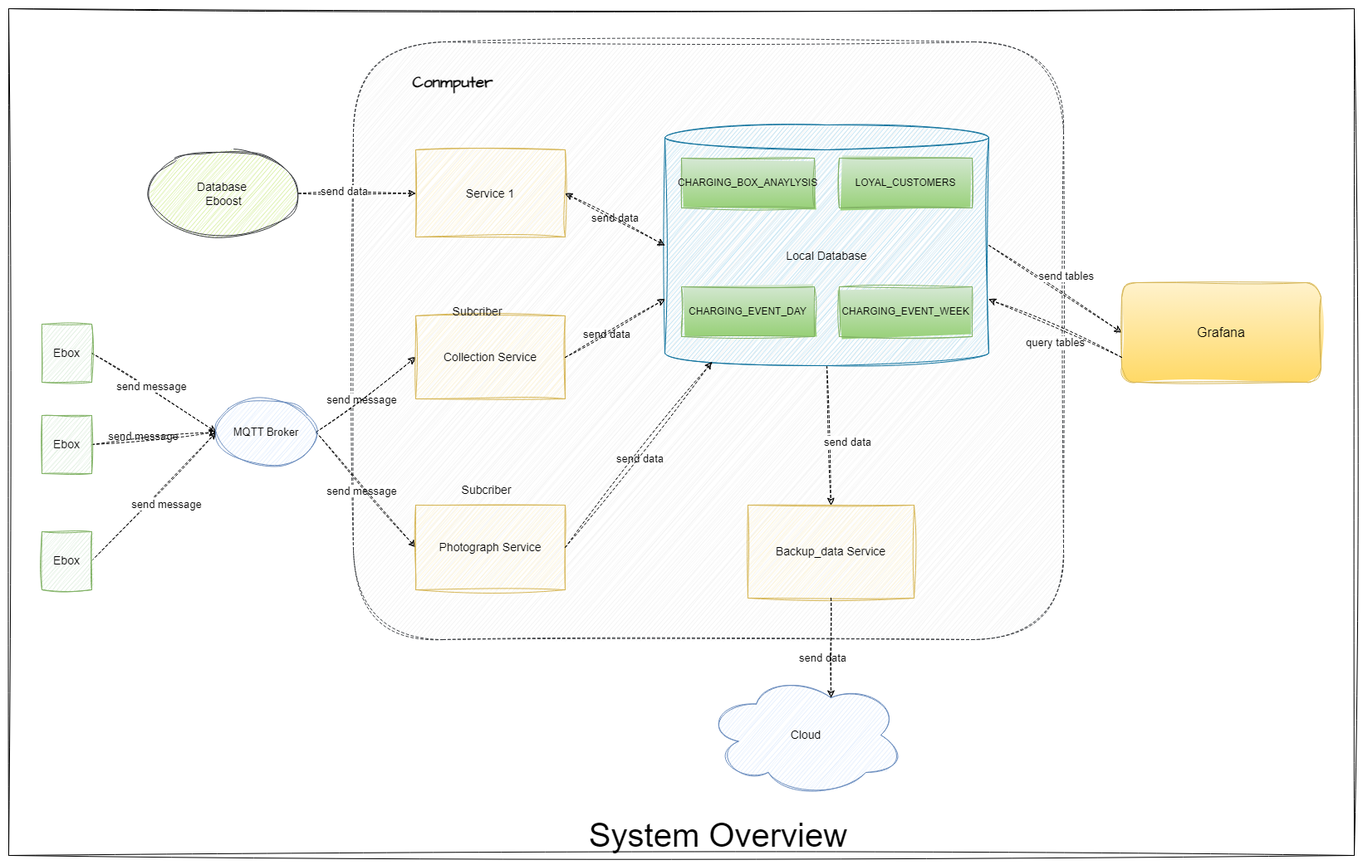
Duke0503/Evida keeps this draw.io diagram as Images/overview.png. Above is the earlier version. Source tidied: cells renumbered, new cells last; positions are measured from the earlier drawing's top-left corner, leaving out a move shared by most shapes.
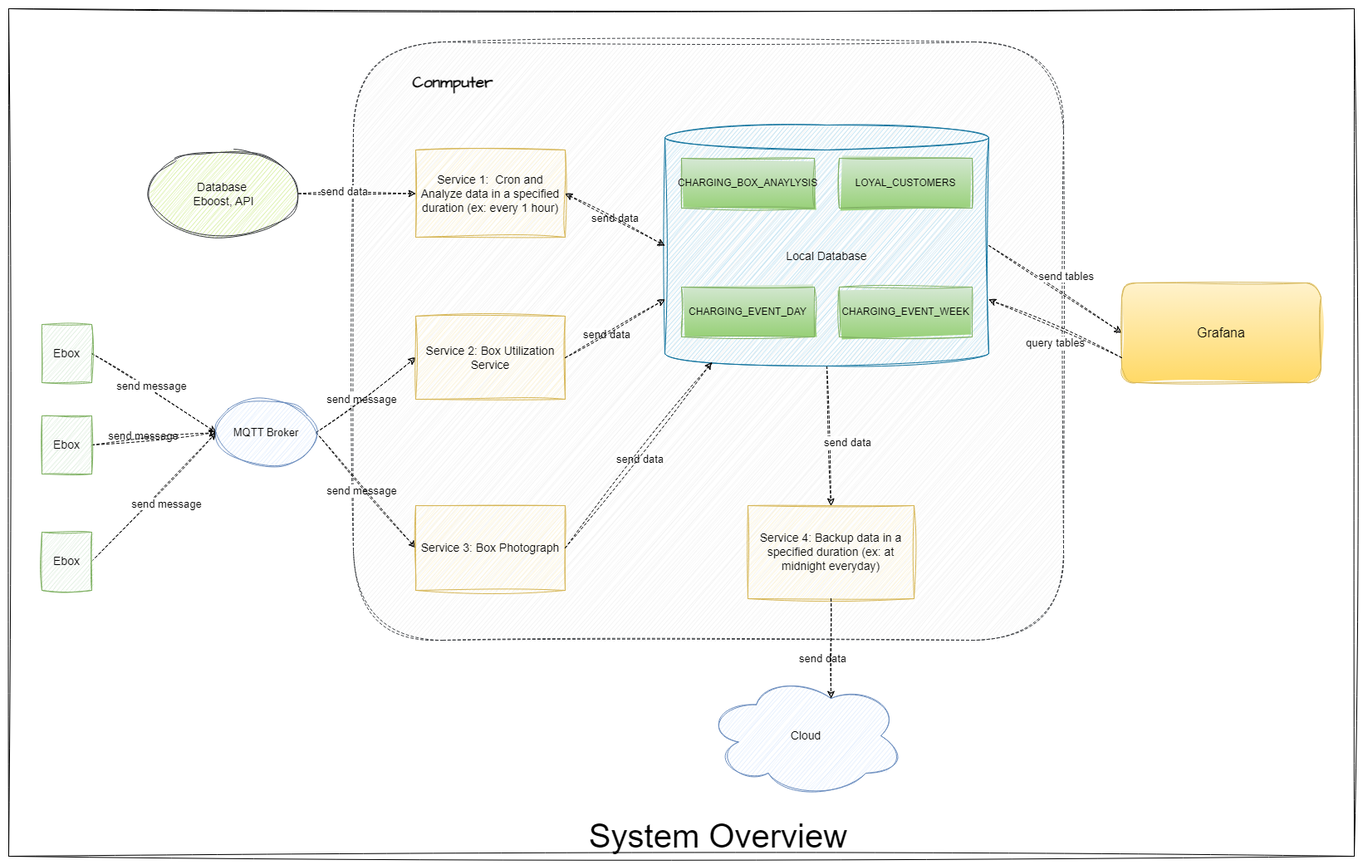
After the commit.

Diff of the diagram source:
```diff
@@ -64,7 +64,7 @@
     <mxCell id="19" value="&lt;font style=&quot;font-size: 14px;&quot;&gt;Local Database&lt;/font&gt;" style="shape=cylinder3;whiteSpace=wrap;html=1;boundedLbl=1;backgroundOutline=1;size=15;fillColor=#b1ddf0;strokeColor=#10739e;sketch=1;curveFitting=1;jiggle=2;" parent="1" vertex="1">
       <mxGeometry x="790" y="140" width="390" height="290" as="geometry" />
     </mxCell>
-    <mxCell id="20" value="&lt;div&gt;&lt;font style=&quot;font-size: 14px;&quot;&gt;Collection Service&lt;/font&gt;&lt;/div&gt;" style="rounded=0;whiteSpace=wrap;html=1;fillColor=#fff2cc;strokeColor=#d6b656;sketch=1;curveFitting=1;jiggle=2;" parent="1" vertex="1">
+    <mxCell id="20" value="&lt;div&gt;&lt;font style=&quot;font-size: 14px;&quot;&gt;Service 2: Box Utilization Service&lt;/font&gt;&lt;/div&gt;" style="rounded=0;whiteSpace=wrap;html=1;fillColor=#fff2cc;strokeColor=#d6b656;sketch=1;curveFitting=1;jiggle=2;" parent="1" vertex="1">
       <mxGeometry x="490" y="370" width="180" height="100" as="geometry" />
     </mxCell>
     <mxCell id="21" style="rounded=0;jettySize=auto;html=1;exitX=1;exitY=0.5;exitDx=0;exitDy=0;entryX=0;entryY=0.5;entryDx=0;entryDy=0;dashed=1;sketch=1;curveFitting=1;jiggle=2;" parent="1" edge="1" source="30" target="31">
@@ -108,16 +108,16 @@
         <mxPoint x="326" y="32" as="offset" />
       </mxGeometry>
     </mxCell>
-    <mxCell id="30" value="&lt;font style=&quot;font-size: 14px;&quot;&gt;Database&amp;nbsp;&lt;/font&gt;&lt;div style=&quot;font-size: 14px;&quot;&gt;&lt;font style=&quot;font-size: 14px;&quot;&gt;Eboost&lt;/font&gt;&lt;/div&gt;" style="ellipse;whiteSpace=wrap;html=1;fillColor=#cdeb8b;strokeColor=#36393d;fontSize=14;sketch=1;curveFitting=1;jiggle=2;" parent="1" vertex="1">
+    <mxCell id="30" value="&lt;font style=&quot;font-size: 14px;&quot;&gt;Database&amp;nbsp;&lt;/font&gt;&lt;div style=&quot;font-size: 14px;&quot;&gt;&lt;font style=&quot;font-size: 14px;&quot;&gt;Eboost, API&lt;/font&gt;&lt;/div&gt;" style="ellipse;whiteSpace=wrap;html=1;fillColor=#cdeb8b;strokeColor=#36393d;fontSize=14;sketch=1;curveFitting=1;jiggle=2;" parent="1" vertex="1">
       <mxGeometry x="169" y="170" width="180" height="105" as="geometry" />
     </mxCell>
-    <mxCell id="31" value="&lt;font style=&quot;font-size: 14px;&quot;&gt;Service 1&lt;/font&gt;" style="rounded=0;whiteSpace=wrap;html=1;fillColor=#fff2cc;strokeColor=#d6b656;sketch=1;curveFitting=1;jiggle=2;" parent="1" vertex="1">
+    <mxCell id="31" value="&lt;font style=&quot;font-size: 14px;&quot;&gt;Service 1:&amp;nbsp; Cron and Analyze data in a specified duration (ex: every 1 hour)&lt;/font&gt;" style="rounded=0;whiteSpace=wrap;html=1;fillColor=#fff2cc;strokeColor=#d6b656;sketch=1;curveFitting=1;jiggle=2;" parent="1" vertex="1">
       <mxGeometry x="490" y="170" width="180" height="105" as="geometry" />
     </mxCell>
-    <mxCell id="32" value="&lt;font style=&quot;font-size: 14px;&quot;&gt;Photograph Service&lt;/font&gt;" style="rounded=0;whiteSpace=wrap;html=1;fillColor=#fff2cc;strokeColor=#d6b656;sketch=1;curveFitting=1;jiggle=2;" parent="1" vertex="1">
+    <mxCell id="32" value="&lt;font style=&quot;font-size: 14px;&quot;&gt;Service 3: Box Photograph&lt;/font&gt;" style="rounded=0;whiteSpace=wrap;html=1;fillColor=#fff2cc;strokeColor=#d6b656;sketch=1;curveFitting=1;jiggle=2;" parent="1" vertex="1">
       <mxGeometry x="490" y="598" width="180" height="102" as="geometry" />
     </mxCell>
-    <mxCell id="33" value="&lt;font style=&quot;font-size: 14px;&quot;&gt;Backup_data Service&lt;/font&gt;" style="rounded=0;whiteSpace=wrap;html=1;fillColor=#fff2cc;strokeColor=#d6b656;sketch=1;curveFitting=1;jiggle=2;" parent="1" vertex="1">
+    <mxCell id="33" value="&lt;font style=&quot;font-size: 14px;&quot;&gt;Service 4: Backup data in a specified duration (ex: at midnight everyday)&lt;/font&gt;" style="rounded=0;whiteSpace=wrap;html=1;fillColor=#fff2cc;strokeColor=#d6b656;sketch=1;curveFitting=1;jiggle=2;" parent="1" vertex="1">
       <mxGeometry x="890" y="598" width="200" height="112" as="geometry" />
     </mxCell>
     <mxCell id="34" value="CHARGING_EVENT_DAY" style="rounded=0;whiteSpace=wrap;html=1;fillColor=#d5e8d4;gradientColor=#97d077;strokeColor=#82b366;sketch=1;curveFitting=1;jiggle=2;" parent="1" vertex="1">
@@ -135,12 +135,6 @@
     <mxCell id="38" value="send message" style="edgeLabel;html=1;align=center;verticalAlign=middle;fontSize=13;sketch=1;curveFitting=1;jiggle=2;" parent="1" vertex="1">
       <mxGeometry x="188.7" y="594.9" as="geometry" />
     </mxCell>
-    <mxCell id="39" value="Subcriber" style="text;html=1;align=center;verticalAlign=middle;strokeColor=none;fillColor=none;fontSize=14;sketch=1;curveFitting=1;jiggle=2;" parent="1" vertex="1">
-      <mxGeometry x="524" y="350" width="80" height="30" as="geometry" />
-    </mxCell>
-    <mxCell id="40" value="Subcriber" style="text;html=1;align=center;verticalAlign=middle;strokeColor=none;fillColor=none;fontSize=14;sketch=1;curveFitting=1;jiggle=2;" parent="1" vertex="1">
-      <mxGeometry x="535" y="564.9" width="80" height="30" as="geometry" />
-    </mxCell>
     <mxCell id="41" value="System Overview&amp;nbsp;" style="text;html=1;align=center;verticalAlign=middle;whiteSpace=wrap;rounded=0;fontSize=40;sketch=1;curveFitting=1;jiggle=2;" parent="1" vertex="1">
       <mxGeometry x="680" y="980" width="360" height="30" as="geometry" />
     </mxCell>
```
